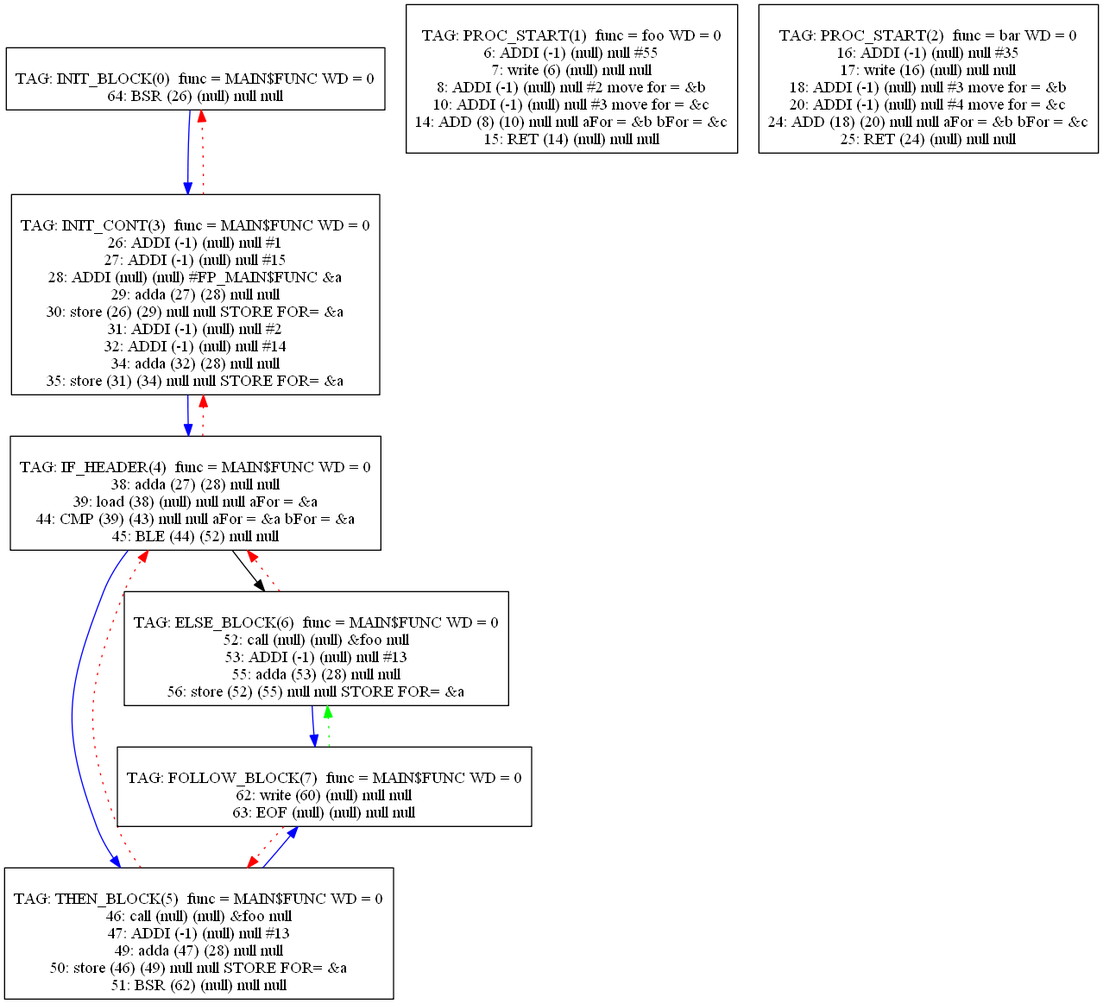
This is Compiler/3graph.png from mbajaj92/Project-Astoria, a Graphviz export, as it was before one commit. Its source is kept beside it as Compiler/3graph.dot.
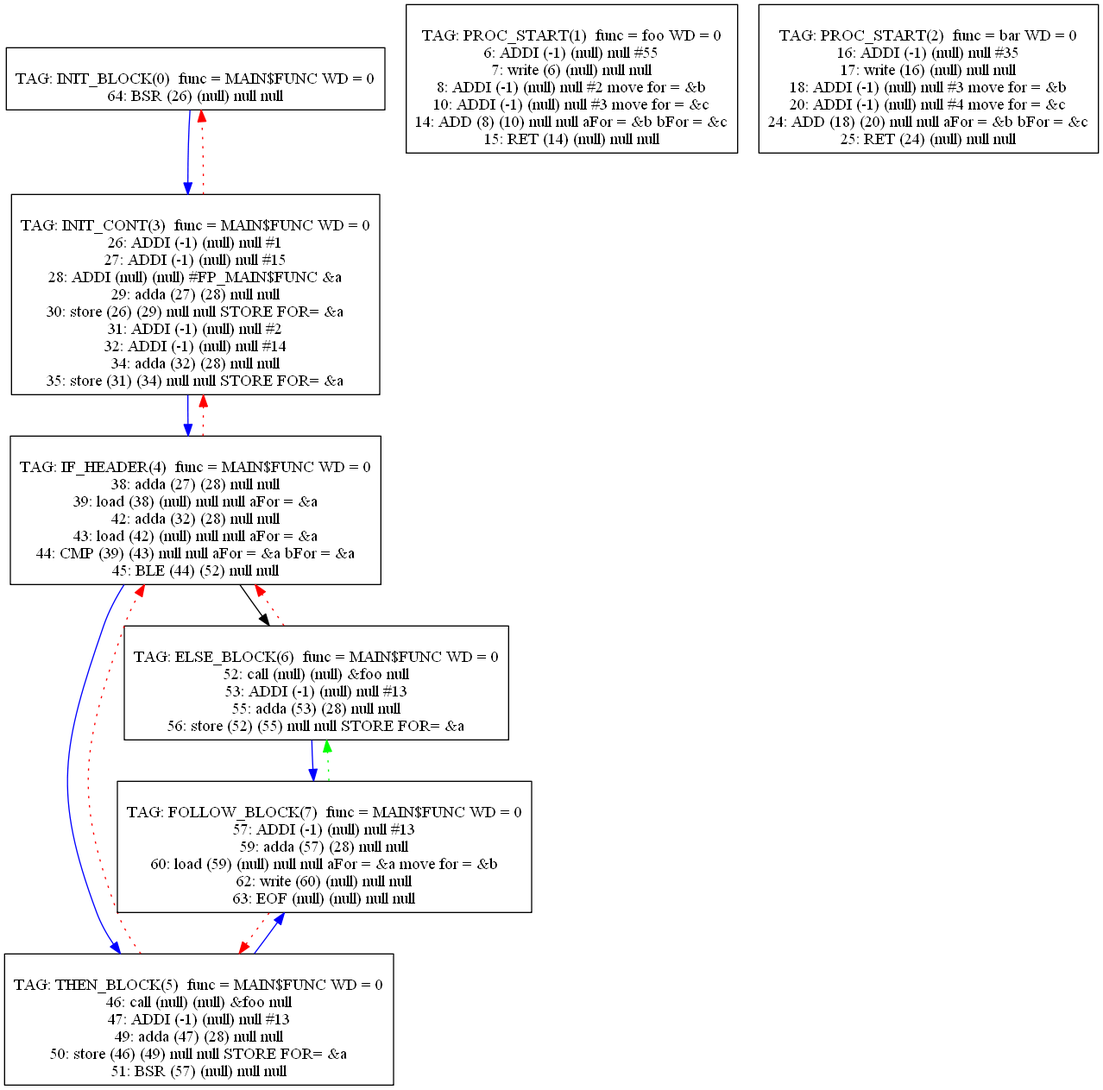
After the commit.

Diff of the diagram source:
```diff
@@ -44,6 +44,8 @@
 TAG: IF_HEADER(4)  func = MAIN$FUNC WD = 0
 38: adda (27) (28) null null
 39: load (38) (null) null null aFor = &a
+42: adda (32) (28) null null
+43: load (42) (null) null null aFor = &a
 44: CMP (39) (43) null null aFor = &a bFor = &a
 45: BLE (44) (52) null null
 "];
@@ -57,7 +59,7 @@
 47: ADDI (-1) (null) null #13
 49: adda (47) (28) null null
 50: store (46) (49) null null STORE FOR= &a
-51: BSR (62) (null) null null
+51: BSR (57) (null) null null
 "];
 5[shape=box];
 5 -> 7[color=blue]
@@ -74,6 +76,9 @@
 6 -> 4[color=red][style=dotted]
 7[label="
 TAG: FOLLOW_BLOCK(7)  func = MAIN$FUNC WD = 0
+57: ADDI (-1) (null) null #13
+59: adda (57) (28) null null
+60: load (59) (null) null null aFor = &a move for = &b
 62: write (60) (null) null null
 63: EOF (null) (null) null null
 "];
```
